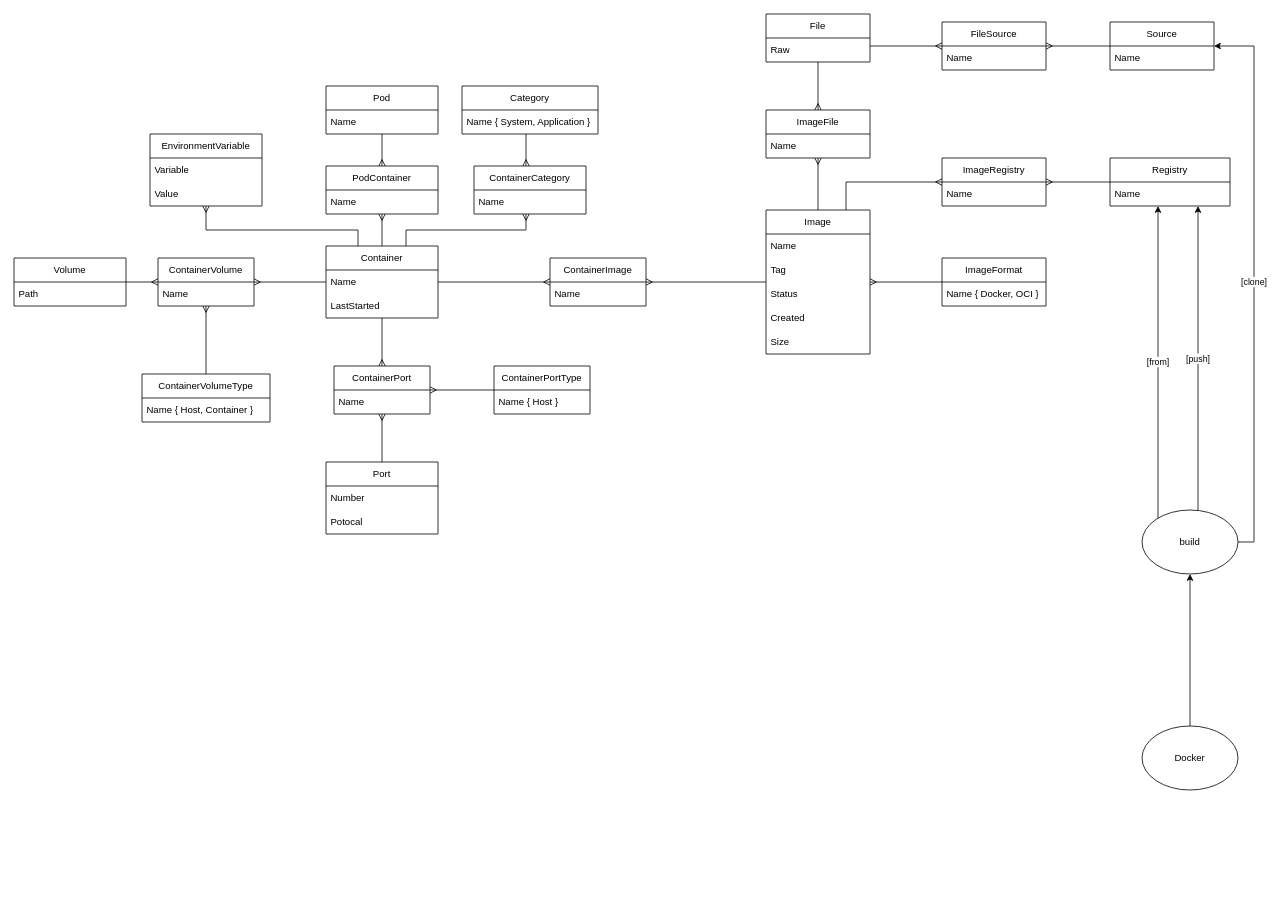
The draw.io diagram kubernetes.drawio in chavp/data-modeling, before the edit. Source tidied: cells renumbered, new cells numbered last; positions are measured from the earlier drawing's top-left corner, leaving out a move shared by most shapes. Both pictures are drawn from the tidied source at 80%, with x=0, y=0 at pixel (14, 14).
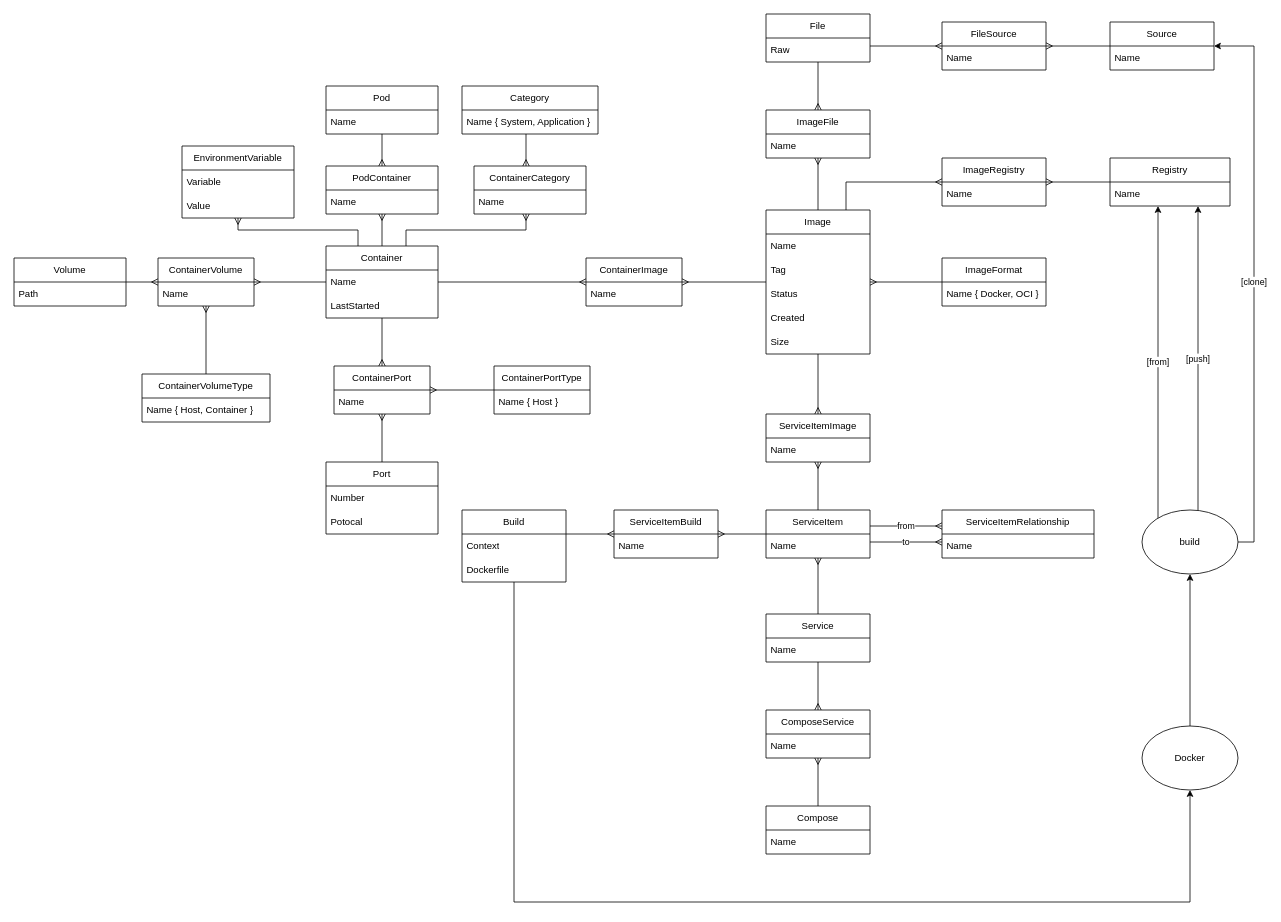
Above is the later version.

Unchanged cells that the change refers to:
```xml
<mxCell id="4" value="Container" style="swimlane;fontStyle=0;horizontal=1;startSize=30;whiteSpace=wrap;html=1;" parent="1" vertex="1">
  <mxGeometry x="390" y="290" width="140" height="90" as="geometry" />
</mxCell>
<mxCell id="7" value="Image" style="swimlane;fontStyle=0;horizontal=1;startSize=30;whiteSpace=wrap;html=1;" parent="1" vertex="1">
  <mxGeometry x="940" y="245" width="130" height="180" as="geometry" />
</mxCell>
<mxCell id="70" value="Docker" style="ellipse;whiteSpace=wrap;html=1;" parent="1" vertex="1">
  <mxGeometry x="1410" y="890" width="120" height="80" as="geometry" />
</mxCell>
```

Diff of the diagram source:
```diff
@@
     <mxCell id="19" value="ContainerImage" style="swimlane;fontStyle=0;horizontal=1;startSize=30;whiteSpace=wrap;html=1;" parent="1" vertex="1">
-      <mxGeometry x="670" y="305" width="120" height="60" as="geometry" />
+      <mxGeometry x="715" y="305" width="120" height="60" as="geometry" />
     </mxCell>
@@
     <mxCell id="40" value="EnvironmentVariable" style="swimlane;fontStyle=0;horizontal=1;startSize=30;whiteSpace=wrap;html=1;" parent="1" vertex="1">
-      <mxGeometry x="170" y="150" width="140" height="90" as="geometry" />
+      <mxGeometry x="210" y="165" width="140" height="90" as="geometry" />
     </mxCell>
@@
     <mxCell id="43" style="edgeStyle=orthogonalEdgeStyle;rounded=0;jettySize=auto;html=1;endArrow=none;endFill=0;startArrow=ERmany;startFill=0;" parent="1" edge="1" source="40" target="4">
       <mxGeometry relative="1" as="geometry">
         <Array as="points">
-          <mxPoint x="240" y="270" />
+          <mxPoint x="280" y="270" />
           <mxPoint x="430" y="270" />
         </Array>
       </mxGeometry>
     </mxCell>
@@
+    <mxCell id="77" value="Service" style="swimlane;fontStyle=0;horizontal=1;startSize=30;whiteSpace=wrap;html=1;" parent="1" vertex="1">
+      <mxGeometry x="940" y="750" width="130" height="60" as="geometry" />
+    </mxCell>
+    <mxCell id="78" value="Name" style="text;strokeColor=none;fillColor=none;align=left;verticalAlign=middle;spacingLeft=4;spacingRight=4;overflow=hidden;whiteSpace=wrap;html=1;" parent="77" vertex="1">
+      <mxGeometry y="30" width="130" height="30" as="geometry" />
+    </mxCell>
+    <mxCell id="79" value="ServiceItem" style="swimlane;fontStyle=0;horizontal=1;startSize=30;whiteSpace=wrap;html=1;" parent="1" vertex="1">
+      <mxGeometry x="940" y="620" width="130" height="60" as="geometry" />
+    </mxCell>
+    <mxCell id="80" value="Name" style="text;strokeColor=none;fillColor=none;align=left;verticalAlign=middle;spacingLeft=4;spacingRight=4;overflow=hidden;whiteSpace=wrap;html=1;" parent="79" vertex="1">
+      <mxGeometry y="30" width="130" height="30" as="geometry" />
+    </mxCell>
+    <mxCell id="81" style="edgeStyle=orthogonalEdgeStyle;rounded=0;jettySize=auto;html=1;endArrow=none;endFill=0;startArrow=ERmany;startFill=0;" parent="1" edge="1" source="79" target="77">
+      <mxGeometry relative="1" as="geometry" />
+    </mxCell>
+    <mxCell id="82" value="ServiceItemImage" style="swimlane;fontStyle=0;horizontal=1;startSize=30;whiteSpace=wrap;html=1;" parent="1" vertex="1">
+      <mxGeometry x="940" y="500" width="130" height="60" as="geometry" />
+    </mxCell>
+    <mxCell id="83" value="Name" style="text;strokeColor=none;fillColor=none;align=left;verticalAlign=middle;spacingLeft=4;spacingRight=4;overflow=hidden;whiteSpace=wrap;html=1;" parent="82" vertex="1">
+      <mxGeometry y="30" width="130" height="30" as="geometry" />
+    </mxCell>
+    <mxCell id="84" style="edgeStyle=orthogonalEdgeStyle;rounded=0;jettySize=auto;html=1;endArrow=none;endFill=0;startArrow=ERmany;startFill=0;" parent="1" edge="1" source="82" target="79">
+      <mxGeometry relative="1" as="geometry" />
+    </mxCell>
+    <mxCell id="85" style="edgeStyle=orthogonalEdgeStyle;rounded=0;jettySize=auto;html=1;endArrow=none;endFill=0;startArrow=ERmany;startFill=0;" parent="1" edge="1" source="82" target="7">
+      <mxGeometry relative="1" as="geometry" />
+    </mxCell>
+    <mxCell id="86" style="edgeStyle=orthogonalEdgeStyle;rounded=0;jettySize=auto;html=1;" parent="1" edge="1" source="87" target="70">
+      <mxGeometry relative="1" as="geometry">
+        <Array as="points">
+          <mxPoint x="625" y="1110" />
+          <mxPoint x="1470" y="1110" />
+        </Array>
+      </mxGeometry>
+    </mxCell>
+    <mxCell id="87" value="Build" style="swimlane;fontStyle=0;horizontal=1;startSize=30;whiteSpace=wrap;html=1;" parent="1" vertex="1">
+      <mxGeometry x="560" y="620" width="130" height="90" as="geometry" />
+    </mxCell>
+    <mxCell id="88" value="Context" style="text;strokeColor=none;fillColor=none;align=left;verticalAlign=middle;spacingLeft=4;spacingRight=4;overflow=hidden;whiteSpace=wrap;html=1;" parent="87" vertex="1">
+      <mxGeometry y="30" width="130" height="30" as="geometry" />
+    </mxCell>
+    <mxCell id="89" value="Dockerfile" style="text;strokeColor=none;fillColor=none;align=left;verticalAlign=middle;spacingLeft=4;spacingRight=4;overflow=hidden;whiteSpace=wrap;html=1;" parent="87" vertex="1">
+      <mxGeometry y="60" width="130" height="30" as="geometry" />
+    </mxCell>
+    <mxCell id="90" value="ServiceItemRelationship" style="swimlane;fontStyle=0;horizontal=1;startSize=30;whiteSpace=wrap;html=1;" parent="1" vertex="1">
+      <mxGeometry x="1160" y="620" width="190" height="60" as="geometry" />
+    </mxCell>
+    <mxCell id="91" value="Name" style="text;strokeColor=none;fillColor=none;align=left;verticalAlign=middle;spacingLeft=4;spacingRight=4;overflow=hidden;whiteSpace=wrap;html=1;" parent="90" vertex="1">
+      <mxGeometry y="30" width="190" height="30" as="geometry" />
+    </mxCell>
+    <mxCell id="92" value="from" style="edgeStyle=orthogonalEdgeStyle;rounded=0;jettySize=auto;html=1;endArrow=none;endFill=0;startArrow=ERmany;startFill=0;" parent="1" edge="1" source="90" target="79">
+      <mxGeometry relative="1" as="geometry">
+        <Array as="points">
+          <mxPoint x="1110" y="640" />
+          <mxPoint x="1110" y="640" />
+        </Array>
+      </mxGeometry>
+    </mxCell>
+    <mxCell id="93" value="to" style="edgeStyle=orthogonalEdgeStyle;rounded=0;jettySize=auto;html=1;endArrow=none;endFill=0;startArrow=ERmany;startFill=0;" parent="1" edge="1" source="90" target="79">
+      <mxGeometry relative="1" as="geometry">
+        <Array as="points">
+          <mxPoint x="1110" y="660" />
+          <mxPoint x="1110" y="660" />
+        </Array>
+      </mxGeometry>
+    </mxCell>
+    <mxCell id="94" value="ServiceItemBuild" style="swimlane;fontStyle=0;horizontal=1;startSize=30;whiteSpace=wrap;html=1;" parent="1" vertex="1">
+      <mxGeometry x="750" y="620" width="130" height="60" as="geometry" />
+    </mxCell>
+    <mxCell id="95" value="Name" style="text;strokeColor=none;fillColor=none;align=left;verticalAlign=middle;spacingLeft=4;spacingRight=4;overflow=hidden;whiteSpace=wrap;html=1;" parent="94" vertex="1">
+      <mxGeometry y="30" width="130" height="30" as="geometry" />
+    </mxCell>
+    <mxCell id="96" style="edgeStyle=orthogonalEdgeStyle;rounded=0;jettySize=auto;html=1;endArrow=none;endFill=0;startArrow=ERmany;startFill=0;" parent="1" edge="1" source="94" target="79">
+      <mxGeometry relative="1" as="geometry">
+        <Array as="points">
+          <mxPoint x="910" y="650" />
+          <mxPoint x="910" y="650" />
+        </Array>
+      </mxGeometry>
+    </mxCell>
+    <mxCell id="97" style="edgeStyle=orthogonalEdgeStyle;rounded=0;jettySize=auto;html=1;endArrow=none;endFill=0;startArrow=ERmany;startFill=0;" parent="1" edge="1" source="94" target="87">
+      <mxGeometry relative="1" as="geometry">
+        <Array as="points">
+          <mxPoint x="720" y="650" />
+          <mxPoint x="720" y="650" />
+        </Array>
+      </mxGeometry>
+    </mxCell>
+    <mxCell id="98" value="Compose" style="swimlane;fontStyle=0;horizontal=1;startSize=30;whiteSpace=wrap;html=1;" parent="1" vertex="1">
+      <mxGeometry x="940" y="990" width="130" height="60" as="geometry" />
+    </mxCell>
+    <mxCell id="99" value="Name" style="text;strokeColor=none;fillColor=none;align=left;verticalAlign=middle;spacingLeft=4;spacingRight=4;overflow=hidden;whiteSpace=wrap;html=1;" parent="98" vertex="1">
+      <mxGeometry y="30" width="130" height="30" as="geometry" />
+    </mxCell>
+    <mxCell id="100" value="ComposeService" style="swimlane;fontStyle=0;horizontal=1;startSize=30;whiteSpace=wrap;html=1;" parent="1" vertex="1">
+      <mxGeometry x="940" y="870" width="130" height="60" as="geometry" />
+    </mxCell>
+    <mxCell id="101" value="Name" style="text;strokeColor=none;fillColor=none;align=left;verticalAlign=middle;spacingLeft=4;spacingRight=4;overflow=hidden;whiteSpace=wrap;html=1;" parent="100" vertex="1">
+      <mxGeometry y="30" width="130" height="30" as="geometry" />
+    </mxCell>
+    <mxCell id="102" style="edgeStyle=orthogonalEdgeStyle;rounded=0;jettySize=auto;html=1;endArrow=none;endFill=0;startArrow=ERmany;startFill=0;" parent="1" edge="1" source="100" target="98">
+      <mxGeometry relative="1" as="geometry" />
+    </mxCell>
+    <mxCell id="103" style="edgeStyle=orthogonalEdgeStyle;rounded=0;jettySize=auto;html=1;endArrow=none;endFill=0;startArrow=ERmany;startFill=0;" parent="1" edge="1" source="100" target="77">
+      <mxGeometry relative="1" as="geometry">
+        <Array as="points">
+          <mxPoint x="1005" y="850" />
+          <mxPoint x="1005" y="850" />
+        </Array>
+      </mxGeometry>
+    </mxCell>
```
